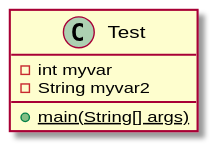
Earlier version of the PlantUML export docs/uml/test.svg (andrewdimmer/csi-3370-software-project-config-test).
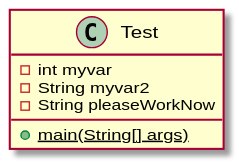
The same diagram one commit later.

Diff of the diagram source:
```diff
@@ -3,6 +3,7 @@
 class Test {
     - int myvar
     - String myvar2
+    - String pleaseWorkNow
     {static} + main(String[] args)
 }
 
```
